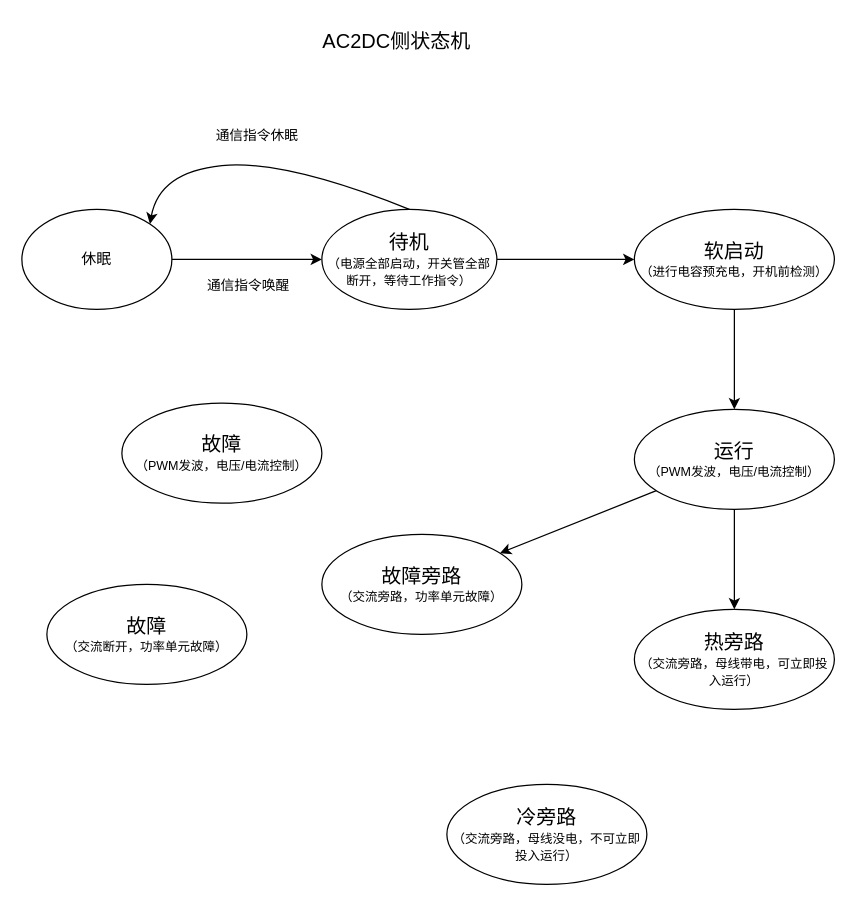
The draw.io diagram page "状态机" (11 of 11) of SST系统软件架构.drawio in gscaszhou/Graph, before the edit. Source tidied: cells renumbered, new cells numbered last; positions are measured from the earlier drawing's top-left corner, leaving out a move shared by most shapes. Both pictures are drawn from the tidied source at 125%, with x=0, y=0 at pixel (21, 21).
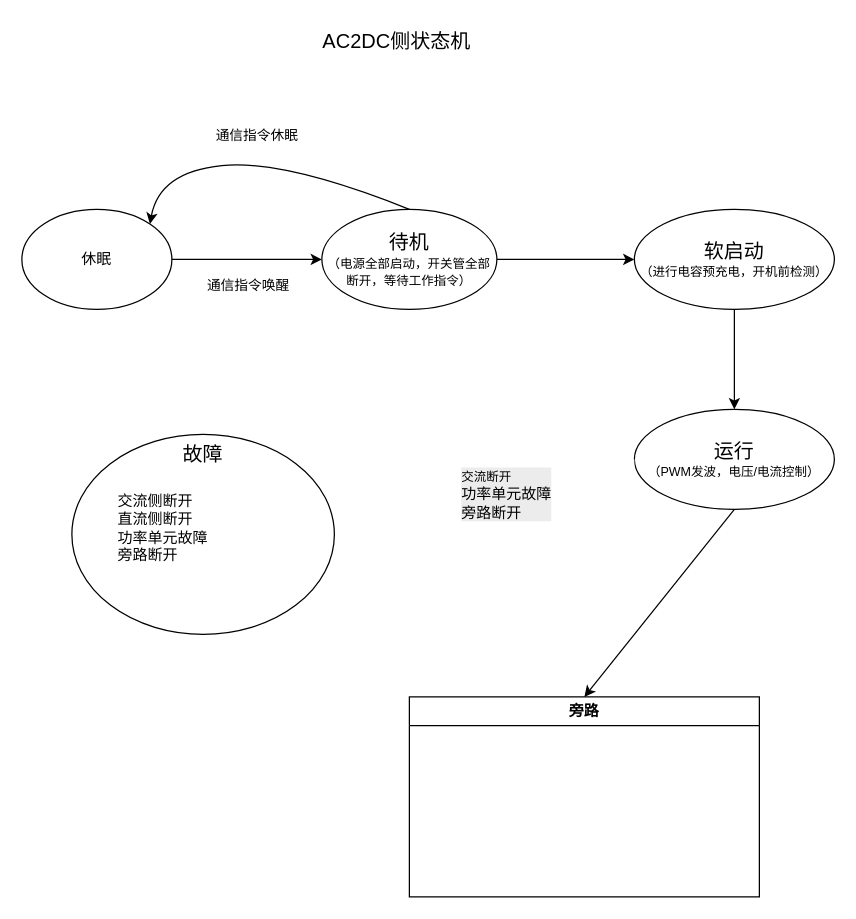
The same page after the edit.

Commit message:
更新SST系统软件架构.drawio

Unchanged cells that the change refers to:
```xml
<mxCell id="14" value="&lt;span style=&quot;font-size: 16px;&quot;&gt;运行&lt;/span&gt;&lt;br&gt;&lt;font style=&quot;font-size: 10px;&quot;&gt;（PWM发波，电压/电流控制）&lt;/font&gt;" style="ellipse;whiteSpace=wrap;html=1;shapeInside=1;" parent="1" vertex="1">
  <mxGeometry x="490" y="310" width="160" height="80" as="geometry" />
</mxCell>
```

Diff of the diagram source:
```diff
@@
-    <mxCell id="12" style="edgeStyle=none;rounded=0;jettySize=auto;html=1;" parent="1" edge="1" source="14" target="15">
-      <mxGeometry relative="1" as="geometry" />
-    </mxCell>
-    <mxCell id="13" style="edgeStyle=none;rounded=0;jettySize=auto;html=1;" parent="1" edge="1" source="14" target="16">
-      <mxGeometry relative="1" as="geometry" />
-    </mxCell>
+    <mxCell id="20" style="edgeStyle=none;rounded=0;jettySize=auto;html=1;exitX=0.5;exitY=1;exitDx=0;exitDy=0;entryX=0.5;entryY=0;entryDx=0;entryDy=0;" parent="1" edge="1" source="14" target="21">
+      <mxGeometry relative="1" as="geometry" />
+    </mxCell>
@@
-    <mxCell id="15" value="&lt;span style=&quot;font-size: 16px;&quot;&gt;热旁路&lt;/span&gt;&lt;br&gt;&lt;font style=&quot;font-size: 10px;&quot;&gt;（交流旁路，母线带电，可立即投入运行）&lt;/font&gt;" style="ellipse;whiteSpace=wrap;html=1;shapeInside=1;" parent="1" vertex="1">
-      <mxGeometry x="490" y="470" width="160" height="80" as="geometry" />
-    </mxCell>
-    <mxCell id="16" value="&lt;span style=&quot;font-size: 16px;&quot;&gt;故障旁路&lt;/span&gt;&lt;br&gt;&lt;font style=&quot;font-size: 10px;&quot;&gt;（交流旁路，功率单元故障）&lt;/font&gt;" style="ellipse;whiteSpace=wrap;html=1;shapeInside=1;" parent="1" vertex="1">
-      <mxGeometry x="240" y="410" width="160" height="80" as="geometry" />
-    </mxCell>
-    <mxCell id="17" value="&lt;span style=&quot;font-size: 16px;&quot;&gt;故障&lt;/span&gt;&lt;br&gt;&lt;font style=&quot;font-size: 10px;&quot;&gt;（PWM发波，电压/电流控制）&lt;/font&gt;" style="ellipse;whiteSpace=wrap;html=1;shapeInside=1;" parent="1" vertex="1">
-      <mxGeometry x="80" y="305" width="160" height="80" as="geometry" />
-    </mxCell>
-    <mxCell id="18" value="&lt;span style=&quot;font-size: 16px;&quot;&gt;冷旁路&lt;/span&gt;&lt;br&gt;&lt;font style=&quot;font-size: 10px;&quot;&gt;（交流旁路，母线没电，不可立即投入运行）&lt;/font&gt;" style="ellipse;whiteSpace=wrap;html=1;shapeInside=1;" parent="1" vertex="1">
-      <mxGeometry x="340" y="610" width="160" height="80" as="geometry" />
-    </mxCell>
-    <mxCell id="19" value="&lt;span style=&quot;font-size: 16px;&quot;&gt;故障&lt;/span&gt;&lt;br&gt;&lt;font style=&quot;font-size: 10px;&quot;&gt;（交流断开，&lt;/font&gt;&lt;span style=&quot;font-size: 10px; background-color: transparent; color: light-dark(rgb(0, 0, 0), rgb(255, 255, 255));&quot;&gt;功率单元故障&lt;/span&gt;&lt;span style=&quot;font-size: 10px; background-color: transparent; color: light-dark(rgb(0, 0, 0), rgb(255, 255, 255));&quot;&gt;）&lt;/span&gt;" style="ellipse;whiteSpace=wrap;html=1;shapeInside=1;" parent="1" vertex="1">
-      <mxGeometry x="20" y="450" width="160" height="80" as="geometry" />
+    <mxCell id="19" value="&lt;span style=&quot;font-size: 16px;&quot;&gt;故障&lt;/span&gt;&lt;br&gt;&lt;div style=&quot;text-align: left;&quot;&gt;&lt;br&gt;&lt;/div&gt;" style="ellipse;whiteSpace=wrap;html=1;shapeInside=1;verticalAlign=top;" parent="1" vertex="1">
+      <mxGeometry x="40" y="330" width="210" height="160" as="geometry" />
     </mxCell>
+    <mxCell id="21" value="旁路" style="swimlane;whiteSpace=wrap;html=1;" parent="1" vertex="1" collapsed="1">
+      <mxGeometry x="310" y="540" width="280" height="160" as="geometry" />
+    </mxCell>
+    <mxCell id="22" value="&lt;div style=&quot;forced-color-adjust: none; color: rgb(0, 0, 0); font-family: Helvetica; font-size: 12px; font-style: normal; font-variant-ligatures: normal; font-variant-caps: normal; font-weight: 400; letter-spacing: normal; orphans: 2; text-indent: 0px; text-transform: none; widows: 2; word-spacing: 0px; -webkit-text-stroke-width: 0px; white-space: normal; background-color: rgb(236, 236, 236); text-decoration-thickness: initial; text-decoration-style: initial; text-decoration-color: initial; text-align: left;&quot;&gt;&lt;span style=&quot;background-color: transparent; color: light-dark(rgb(0, 0, 0), rgb(255, 255, 255)); font-size: 10px;&quot;&gt;交流断开&lt;/span&gt;&lt;br&gt;&lt;span style=&quot;background-color: transparent; color: light-dark(rgb(0, 0, 0), rgb(255, 255, 255));&quot;&gt;功率单元故障&lt;/span&gt;&lt;br&gt;&lt;span style=&quot;background-color: transparent; color: light-dark(rgb(0, 0, 0), rgb(255, 255, 255));&quot;&gt;旁路断开&lt;/span&gt;&lt;br&gt;&lt;/div&gt;" style="text;whiteSpace=wrap;html=1;fillColor=default;" parent="1" vertex="1">
+      <mxGeometry x="350" y="350" width="140" height="60" as="geometry" />
+    </mxCell>
+    <mxCell id="23" value="&lt;span style=&quot;color: light-dark(rgb(0, 0, 0), rgb(255, 255, 255)); background-color: transparent;&quot;&gt;交流侧断开&lt;/span&gt;&lt;div&gt;&lt;span&gt;直流侧断开&lt;br&gt;&lt;/span&gt;&lt;span style=&quot;color: light-dark(rgb(0, 0, 0), rgb(255, 255, 255)); background-color: transparent;&quot;&gt;功率单元故障&lt;/span&gt;&lt;br&gt;&lt;span style=&quot;color: light-dark(rgb(0, 0, 0), rgb(255, 255, 255)); background-color: transparent;&quot;&gt;旁路断开&lt;/span&gt;&lt;/div&gt;" style="text;html=1;whiteSpace=wrap;strokeColor=none;fillColor=none;align=left;verticalAlign=middle;rounded=0;fontSize=12;" parent="1" vertex="1">
+      <mxGeometry x="75" y="370" width="140" height="70" as="geometry" />
+    </mxCell>
```
